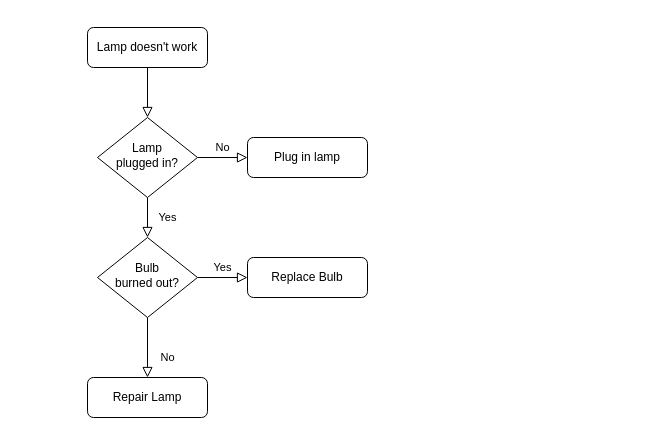
The draw.io diagram llvm-mc 汇编流程.drawio in liyp1120/draw.io, before the edit. Source tidied: cells renumbered, new cells numbered last; positions are measured from the earlier drawing's top-left corner, leaving out a move shared by most shapes. Both pictures are drawn from the tidied source at 100%, with x=0, y=0 at pixel (87, 27).
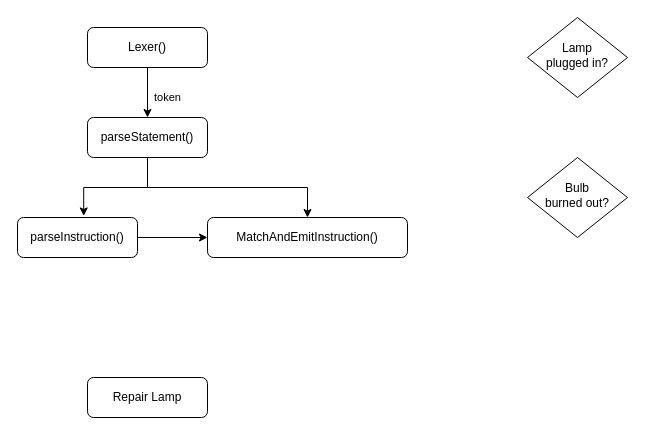
Above is the later version.

Commit message (it also covers changes not shown here):
更新llvm-mc 汇编流程.drawio

The edit, as a diff of the source:
```diff
@@
 <mxGraphModel>
   <root>
     <mxCell id="0" />
     <mxCell id="1" parent="0" />
-    <mxCell id="2" style="rounded=0;html=1;jettySize=auto;fontSize=11;endArrow=block;endFill=0;endSize=8;strokeWidth=1;shadow=0;labelBackgroundColor=none;edgeStyle=orthogonalEdgeStyle;" parent="1" edge="1" source="3" target="6">
-      <mxGeometry relative="1" as="geometry" />
-    </mxCell>
+    <mxCell id="13" value="token" style="edgeStyle=orthogonalEdgeStyle;rounded=0;jettySize=auto;html=1;exitX=0.5;exitY=1;exitDx=0;exitDy=0;entryX=0.5;entryY=0;entryDx=0;entryDy=0;" parent="1" edge="1" source="3" target="7">
+      <mxGeometry x="0.2" y="20" relative="1" as="geometry" />
+    </mxCell>
-    <mxCell id="3" value="Lamp doesn't work" style="rounded=1;whiteSpace=wrap;html=1;fontSize=12;glass=0;strokeWidth=1;shadow=0;" parent="1" vertex="1">
+    <mxCell id="3" value="Lexer()" style="rounded=1;whiteSpace=wrap;html=1;fontSize=12;glass=0;strokeWidth=1;shadow=0;" parent="1" vertex="1">
       <mxGeometry width="120" height="40" as="geometry" />
     </mxCell>
-    <mxCell id="4" value="Yes" style="rounded=0;html=1;jettySize=auto;fontSize=11;endArrow=block;endFill=0;endSize=8;strokeWidth=1;shadow=0;labelBackgroundColor=none;edgeStyle=orthogonalEdgeStyle;" parent="1" edge="1" source="6" target="10">
-      <mxGeometry y="20" relative="1" as="geometry" />
-    </mxCell>
-    <mxCell id="5" value="No" style="edgeStyle=orthogonalEdgeStyle;rounded=0;html=1;jettySize=auto;fontSize=11;endArrow=block;endFill=0;endSize=8;strokeWidth=1;shadow=0;labelBackgroundColor=none;" parent="1" edge="1" source="6" target="7">
-      <mxGeometry y="10" relative="1" as="geometry" />
-    </mxCell>
     <mxCell id="6" value="Lamp&lt;br&gt;plugged in?" style="rhombus;whiteSpace=wrap;html=1;shadow=0;fontFamily=Helvetica;fontSize=12;align=center;strokeWidth=1;spacing=6;spacingTop=-4;" parent="1" vertex="1">
-      <mxGeometry x="10" y="90" width="100" height="80" as="geometry" />
+      <mxGeometry x="440" y="-10" width="100" height="80" as="geometry" />
     </mxCell>
+    <mxCell id="14" style="edgeStyle=orthogonalEdgeStyle;rounded=0;jettySize=auto;html=1;exitX=0.5;exitY=1;exitDx=0;exitDy=0;entryX=0.552;entryY=-0.039;entryDx=0;entryDy=0;entryPerimeter=0;" parent="1" edge="1" source="7" target="12">
+      <mxGeometry relative="1" as="geometry" />
+    </mxCell>
+    <mxCell id="15" style="edgeStyle=orthogonalEdgeStyle;rounded=0;jettySize=auto;html=1;exitX=0.5;exitY=1;exitDx=0;exitDy=0;entryX=0.5;entryY=0;entryDx=0;entryDy=0;" parent="1" edge="1" source="7" target="17">
+      <mxGeometry relative="1" as="geometry" />
+    </mxCell>
-    <mxCell id="7" value="Plug in lamp" style="rounded=1;whiteSpace=wrap;html=1;fontSize=12;glass=0;strokeWidth=1;shadow=0;" parent="1" vertex="1">
-      <mxGeometry x="160" y="110" width="120" height="40" as="geometry" />
+    <mxCell id="7" value="parseStatement()" style="rounded=1;whiteSpace=wrap;html=1;fontSize=12;glass=0;strokeWidth=1;shadow=0;" parent="1" vertex="1">
+      <mxGeometry y="90" width="120" height="40" as="geometry" />
     </mxCell>
-    <mxCell id="8" value="No" style="rounded=0;html=1;jettySize=auto;fontSize=11;endArrow=block;endFill=0;endSize=8;strokeWidth=1;shadow=0;labelBackgroundColor=none;edgeStyle=orthogonalEdgeStyle;" parent="1" edge="1" source="10" target="11">
-      <mxGeometry x="0.33" y="20" relative="1" as="geometry" />
-    </mxCell>
-    <mxCell id="9" value="Yes" style="edgeStyle=orthogonalEdgeStyle;rounded=0;html=1;jettySize=auto;fontSize=11;endArrow=block;endFill=0;endSize=8;strokeWidth=1;shadow=0;labelBackgroundColor=none;" parent="1" edge="1" source="10" target="12">
-      <mxGeometry y="10" relative="1" as="geometry" />
-    </mxCell>
     <mxCell id="10" value="Bulb&lt;br&gt;burned out?" style="rhombus;whiteSpace=wrap;html=1;shadow=0;fontFamily=Helvetica;fontSize=12;align=center;strokeWidth=1;spacing=6;spacingTop=-4;" parent="1" vertex="1">
-      <mxGeometry x="10" y="210" width="100" height="80" as="geometry" />
+      <mxGeometry x="440" y="130" width="100" height="80" as="geometry" />
     </mxCell>
     <mxCell id="11" value="Repair Lamp" style="rounded=1;whiteSpace=wrap;html=1;fontSize=12;glass=0;strokeWidth=1;shadow=0;" parent="1" vertex="1">
       <mxGeometry y="350" width="120" height="40" as="geometry" />
     </mxCell>
+    <mxCell id="16" style="edgeStyle=orthogonalEdgeStyle;rounded=0;jettySize=auto;html=1;exitX=1;exitY=0.5;exitDx=0;exitDy=0;entryX=0;entryY=0.5;entryDx=0;entryDy=0;" parent="1" edge="1" source="12" target="17">
+      <mxGeometry relative="1" as="geometry" />
+    </mxCell>
-    <mxCell id="12" value="Replace Bulb" style="rounded=1;whiteSpace=wrap;html=1;fontSize=12;glass=0;strokeWidth=1;shadow=0;" parent="1" vertex="1">
-      <mxGeometry x="160" y="230" width="120" height="40" as="geometry" />
+    <mxCell id="12" value="parseInstruction()" style="rounded=1;whiteSpace=wrap;html=1;fontSize=12;glass=0;strokeWidth=1;shadow=0;" parent="1" vertex="1">
+      <mxGeometry x="-70" y="190" width="120" height="40" as="geometry" />
     </mxCell>
+    <mxCell id="17" value="MatchAndEmitInstruction()" style="rounded=1;whiteSpace=wrap;html=1;fontSize=12;glass=0;strokeWidth=1;shadow=0;" parent="1" vertex="1">
+      <mxGeometry x="120" y="190" width="200" height="40" as="geometry" />
+    </mxCell>
   </root>
 </mxGraphModel>
```
